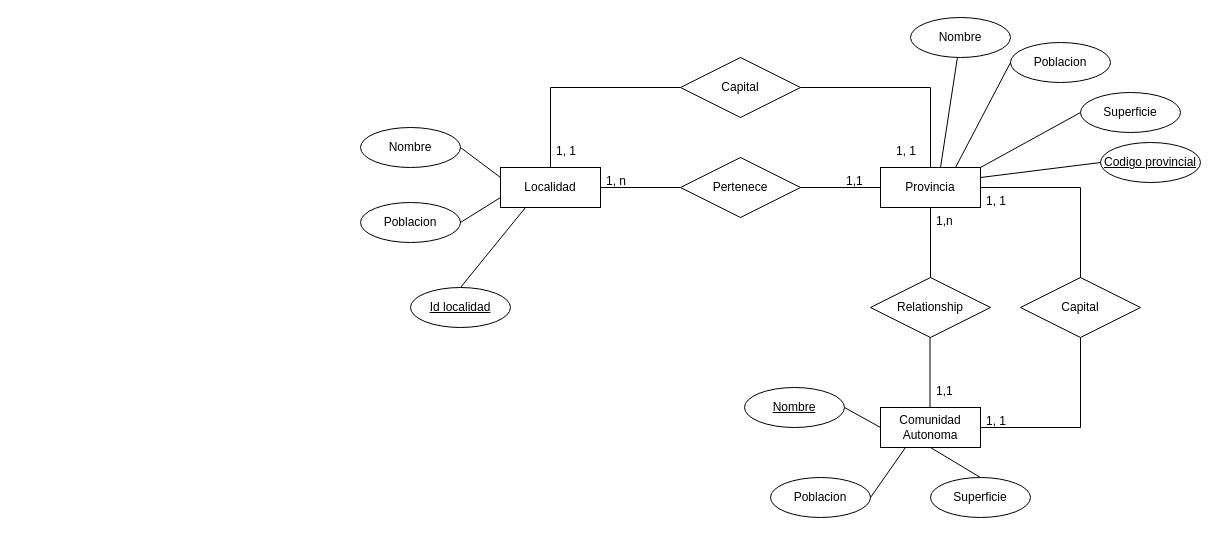
The draw.io diagram Actividad_03_C3_UD12.drawio in jordimall/jmg-tsys-ta12diagramasER-drawio-111023, before the edit. Source tidied: cells renumbered, new cells numbered last; positions are measured from the earlier drawing's top-left corner, leaving out a move shared by most shapes. Both pictures are drawn from the tidied source at 100%, with x=0, y=0 at pixel (360, 17).
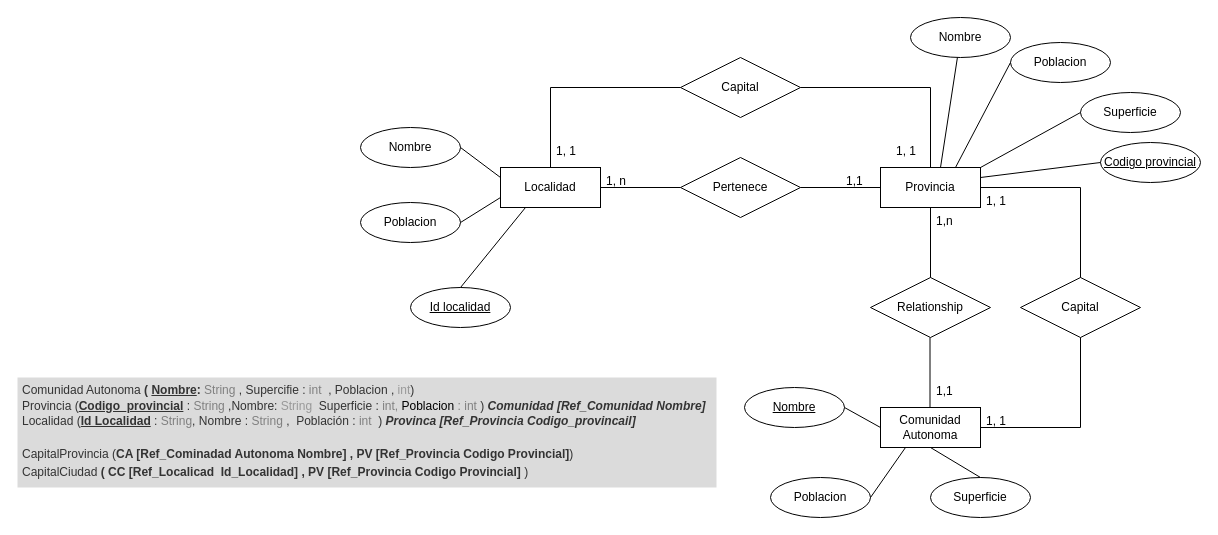
Above is the later version.

What changed in the source:
```diff
@@
+    <mxCell id="45" value="&lt;h1 style=&quot;line-height: 150%;&quot;&gt;&lt;div style=&quot;border-color: var(--border-color); font-size: 12px; line-height: 130%;&quot;&gt;&lt;font style=&quot;border-color: var(--border-color);&quot;&gt;&lt;span style=&quot;border-color: var(--border-color); font-weight: 400;&quot;&gt;Comunidad Autonoma&lt;b style=&quot;border-color: var(--border-color);&quot;&gt;&amp;nbsp;( &lt;u&gt;Nombre&lt;/u&gt;&lt;/b&gt;&lt;b style=&quot;border-color: var(--border-color);&quot;&gt;:&lt;/b&gt;&lt;font style=&quot;border-color: var(--border-color);&quot; color=&quot;#808080&quot;&gt;&amp;nbsp;String&lt;/font&gt;&amp;nbsp;, Supercifie : &lt;font color=&quot;#808080&quot;&gt;int&lt;/font&gt;&amp;nbsp; , Poblacion ,&lt;font color=&quot;#999999&quot;&gt; int&lt;/font&gt;)&lt;br&gt;&lt;/span&gt;&lt;/font&gt;&lt;/div&gt;&lt;div style=&quot;border-color: var(--border-color); font-size: 12px; line-height: 130%;&quot;&gt;&lt;font style=&quot;border-color: var(--border-color);&quot;&gt;&lt;span style=&quot;border-color: var(--border-color);&quot;&gt;&lt;span style=&quot;font-weight: 400;&quot;&gt;Provincia&lt;/span&gt;&lt;span style=&quot;border-color: var(--border-color);&quot;&gt;&lt;span style=&quot;font-weight: 400;&quot;&gt;&amp;nbsp;(&lt;/span&gt;&lt;u style=&quot;&quot;&gt;Codigo_provincial&lt;/u&gt;&lt;/span&gt;&lt;span style=&quot;font-weight: 400; border-color: var(--border-color);&quot;&gt;&amp;nbsp;&lt;/span&gt;&lt;span style=&quot;font-weight: 400; border-color: var(--border-color);&quot;&gt;:&amp;nbsp;&lt;/span&gt;&lt;font style=&quot;font-weight: 400; border-color: var(--border-color);&quot; color=&quot;#808080&quot;&gt;String&lt;/font&gt;&lt;span style=&quot;font-weight: 400; border-color: var(--border-color);&quot;&gt;&amp;nbsp;,Nombre: &lt;font color=&quot;#999999&quot;&gt;String&lt;/font&gt;&amp;nbsp; Superficie : &lt;font color=&quot;#808080&quot;&gt;int, &lt;/font&gt;&lt;font color=&quot;#000000&quot;&gt;Poblacion&lt;/font&gt;&lt;font color=&quot;#808080&quot;&gt; : int &lt;/font&gt;&lt;/span&gt;&lt;span style=&quot;border-color: var(--border-color);&quot;&gt;&lt;span style=&quot;font-weight: 400;&quot;&gt;) &lt;/span&gt;&lt;i&gt;Comunidad [Ref_Comunidad Nombre]&lt;/i&gt;&amp;nbsp;&lt;/span&gt;&lt;br&gt;&lt;/span&gt;&lt;/font&gt;&lt;/div&gt;&lt;div style=&quot;border-color: var(--border-color); font-size: 12px; line-height: 130%;&quot;&gt;&lt;font style=&quot;border-color: var(--border-color);&quot;&gt;&lt;span style=&quot;border-color: var(--border-color); font-weight: 400;&quot;&gt;Localidad&lt;/span&gt;&lt;span style=&quot;border-color: var(--border-color);&quot;&gt;&lt;span style=&quot;font-weight: 400;&quot;&gt;&amp;nbsp;(&lt;/span&gt;&lt;u&gt;Id Localidad&lt;/u&gt;&lt;/span&gt;&lt;span style=&quot;font-weight: 400;&quot;&gt;&amp;nbsp;:&amp;nbsp;&lt;/span&gt;&lt;font style=&quot;font-weight: 400; border-color: var(--border-color);&quot; color=&quot;#808080&quot;&gt;String&lt;/font&gt;&lt;b style=&quot;font-weight: 400; border-color: var(--border-color);&quot;&gt;,&lt;/b&gt;&lt;span style=&quot;font-weight: 400;&quot;&gt;&amp;nbsp;Nombre :&amp;nbsp;&lt;/span&gt;&lt;font style=&quot;font-weight: 400; border-color: var(--border-color);&quot; color=&quot;#808080&quot;&gt;String&lt;/font&gt;&lt;span style=&quot;font-weight: 400;&quot;&gt;&amp;nbsp;,&amp;nbsp; Población :&lt;/span&gt;&lt;font style=&quot;font-weight: 400; border-color: var(--border-color);&quot; color=&quot;#808080&quot;&gt;&amp;nbsp;int&lt;/font&gt;&lt;span style=&quot;font-weight: 400;&quot;&gt;&amp;nbsp;&lt;/span&gt;&lt;span style=&quot;font-weight: 400;&quot;&gt;&amp;nbsp;) &lt;/span&gt;&lt;i&gt;Provinca [Ref_Provincia Codigo_provincail]&lt;/i&gt;&lt;/font&gt;&lt;/div&gt;&lt;div style=&quot;border-color: var(--border-color); font-size: 12px; line-height: 130%;&quot;&gt;&lt;br&gt;&lt;/div&gt;&lt;div style=&quot;border-color: var(--border-color); font-size: 12px; line-height: 150%;&quot;&gt;&lt;font style=&quot;border-color: var(--border-color);&quot;&gt;&lt;span style=&quot;border-color: var(--border-color); font-weight: 400;&quot;&gt;CapitalProvincia&lt;/span&gt;&lt;b style=&quot;font-weight: 400; border-color: var(--border-color);&quot;&gt;&amp;nbsp;(&lt;/b&gt;&lt;b style=&quot;border-color: var(--border-color);&quot;&gt;CA [Ref_Cominadad Autonoma Nombre] , PV [Ref_Provincia Codigo Provincial]&lt;/b&gt;&lt;span style=&quot;font-weight: 400;&quot;&gt;)&amp;nbsp;&lt;/span&gt;&lt;/font&gt;&lt;/div&gt;&lt;div style=&quot;border-color: var(--border-color); font-weight: 400; font-size: 12px; line-height: 150%;&quot;&gt;&lt;/div&gt;&lt;i style=&quot;border-color: var(--border-color); font-weight: 400; font-size: 12px;&quot;&gt;&lt;div style=&quot;border-color: var(--border-color); font-style: normal; line-height: 150%;&quot;&gt;&lt;font style=&quot;border-color: var(--border-color);&quot;&gt;CapitalCiudad&lt;b style=&quot;border-color: var(--border-color);&quot;&gt;&amp;nbsp;(&lt;/b&gt;&lt;b style=&quot;border-color: var(--border-color);&quot;&gt;&amp;nbsp;&lt;/b&gt;&lt;/font&gt;&lt;i style=&quot;background-color: initial; border-color: var(--border-color);&quot;&gt;&lt;b style=&quot;border-color: var(--border-color); font-style: normal;&quot;&gt;CC [Ref_Localicad&amp;nbsp; Id_Localidad] , PV [Ref_Provincia Codigo Provincial]&lt;/b&gt;&lt;/i&gt;&lt;span style=&quot;background-color: initial;&quot;&gt;&amp;nbsp;)&lt;/span&gt;&lt;/div&gt;&lt;/i&gt;&lt;/h1&gt;" style="text;html=1;strokeColor=none;fillColor=#dbdbdb;spacing=5;spacingTop=-20;whiteSpace=wrap;overflow=hidden;rounded=0;fontColor=#333333;" parent="1" vertex="1">
+      <mxGeometry x="-343" y="360" width="699" height="110" as="geometry" />
+    </mxCell>
```
